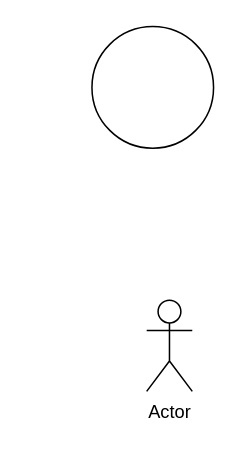
Before: UML/Untitled Diagram.drawio in AlexisDai/fil_rouge, a draw.io diagram. Source tidied: cells renumbered, new cells numbered last; positions are measured from the earlier drawing's top-left corner, leaving out a move shared by most shapes. Both pictures are drawn from the tidied source at 152%, with x=0, y=0 at pixel (91, 26).
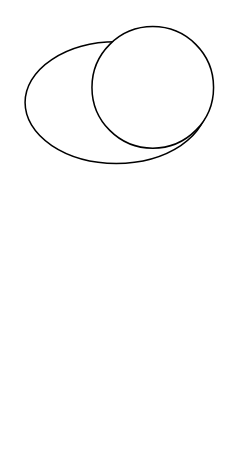
Above is the later version.

The edit, as a diff of the source:
```diff
@@
 <mxGraphModel>
   <root>
     <mxCell id="0" />
     <mxCell id="1" parent="0" />
-    <mxCell id="2" value="Actor" style="shape=umlActor;verticalLabelPosition=bottom;verticalAlign=top;html=1;" parent="1" vertex="1">
-      <mxGeometry x="36" y="180" width="30" height="60" as="geometry" />
-    </mxCell>
+    <mxCell id="4" style="ellipse;whiteSpace=wrap;html=1;" parent="1" vertex="1">
+      <mxGeometry x="-44" y="10" width="120" height="80" as="geometry" />
+    </mxCell>
     <mxCell id="3" style="ellipse;whiteSpace=wrap;html=1;" parent="1" vertex="1">
       <mxGeometry width="80" height="80" as="geometry" />
     </mxCell>
   </root>
 </mxGraphModel>
```
